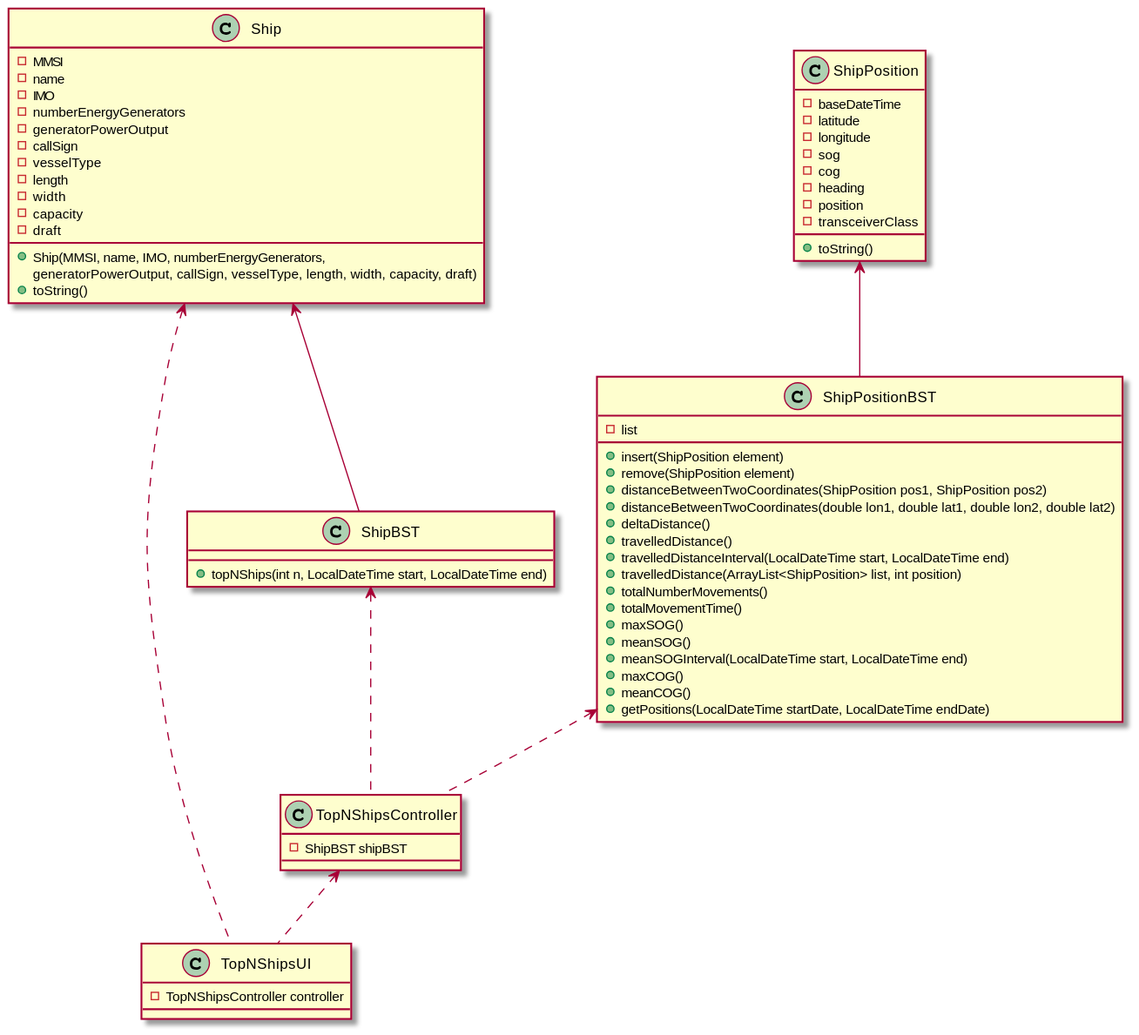
Above: docs/Sprint 3/US/US106/US106_CD.svg in 1190772/LAB-Project-3 (PlantUML), before the change.
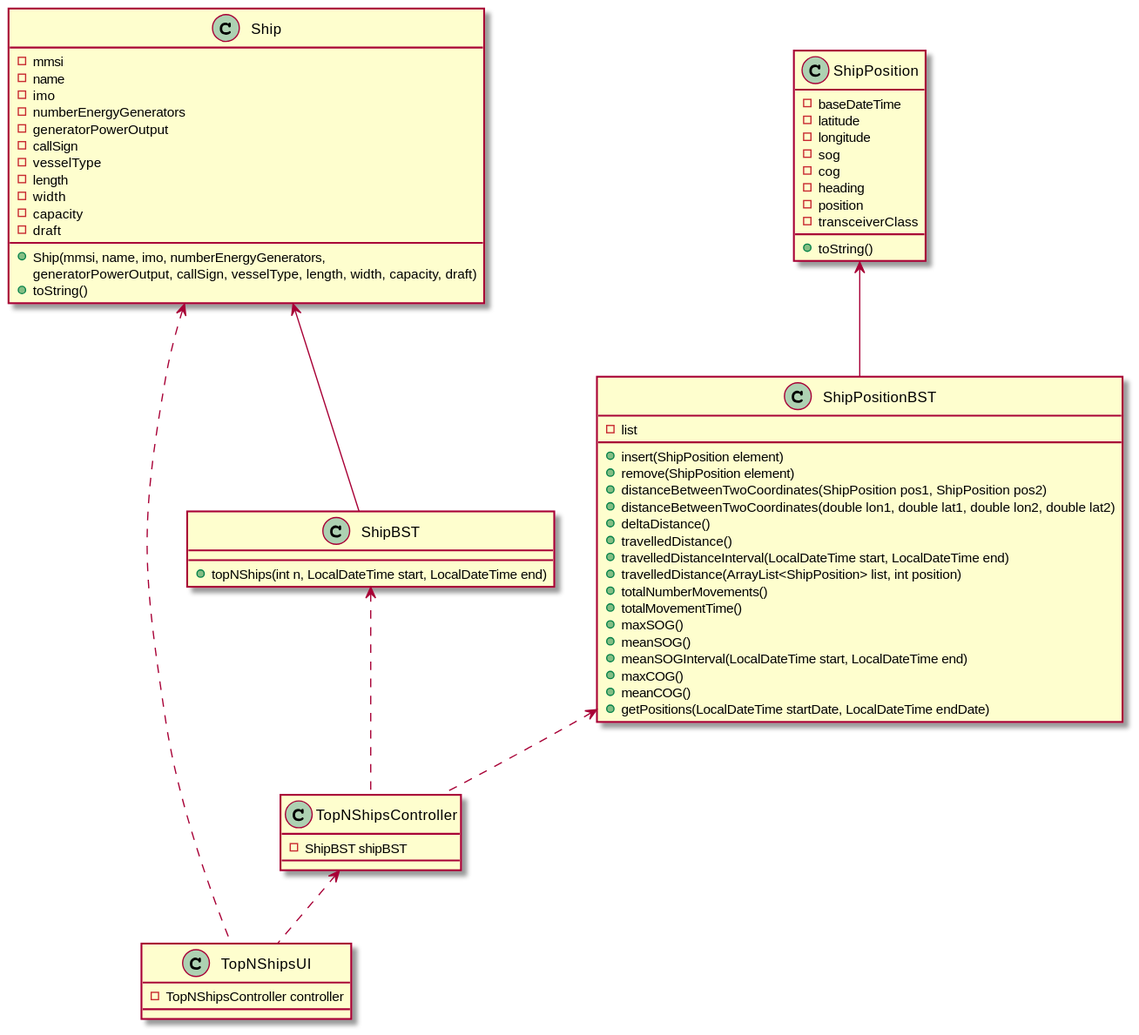
The same diagram one commit later.

Change to the diagram source:
```diff
@@ -45,9 +45,9 @@
 }
 
 class Ship {
--MMSI
+-mmsi
 -name
--IMO
+-imo
 -numberEnergyGenerators
 -generatorPowerOutput
 -callSign
@@ -56,7 +56,7 @@
 -width
 -capacity
 -draft
-+ Ship(MMSI, name, IMO, numberEnergyGenerators,
++ Ship(mmsi, name, imo, numberEnergyGenerators,
           generatorPowerOutput, callSign, vesselType, length, width, capacity, draft)
 + toString()
 }
```
